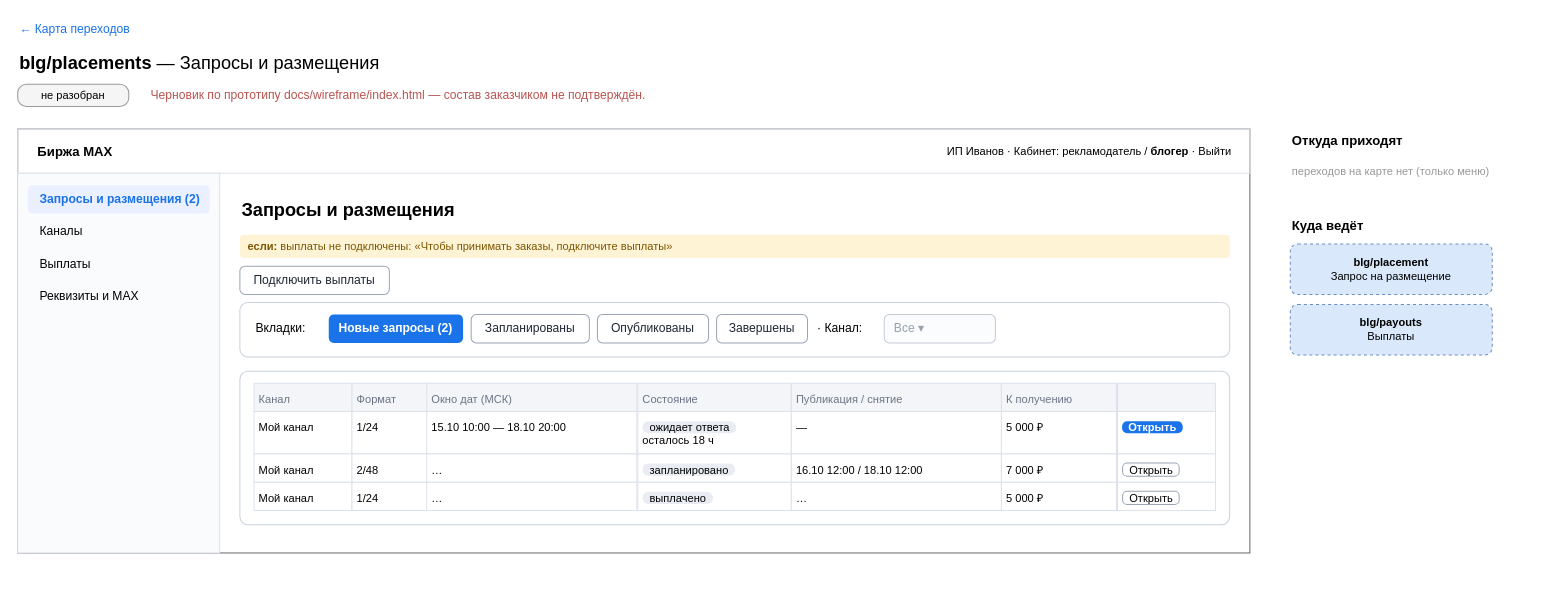
Before: page "blg/placements" (16 of 40) of docs/wireframe/screens.drawio in leha-creator/maxim, a draw.io diagram. Source tidied: cells renumbered, new cells numbered last; positions are measured from the earlier drawing's top-left corner, leaving out a move shared by most shapes. Both pictures are drawn from the tidied source at 101%, with x=0, y=0 at pixel (17, 17).
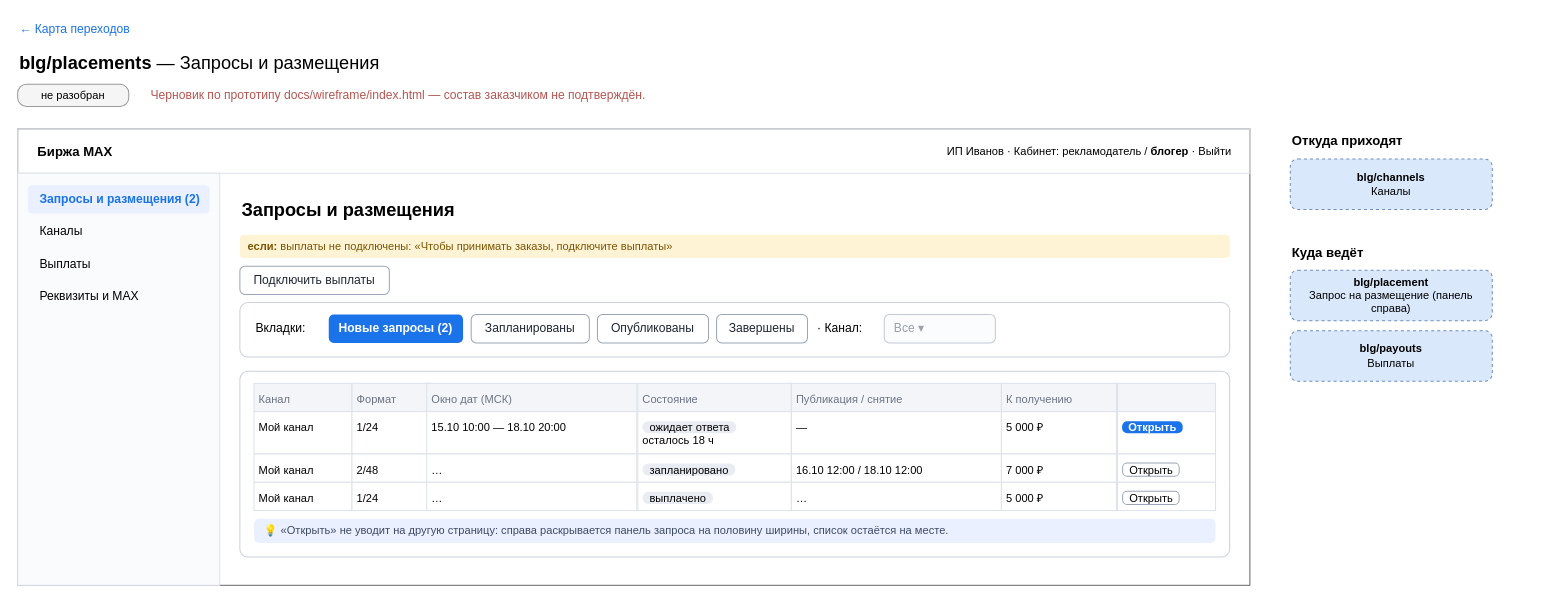
The same diagram, later.

Diff of the diagram source:
```diff
@@
     <mxCell id="6" style="rounded=0;html=1;fillColor=#ffffff;strokeColor=#666666;" parent="1" vertex="1">
-      <mxGeometry y="110" width="1220" height="420" as="geometry" />
+      <mxGeometry y="110" width="1220" height="452" as="geometry" />
     </mxCell>
@@
     <mxCell id="9" style="rounded=0;html=1;fillColor=#fafbfd;strokeColor=#dde2ea;" parent="6" vertex="1">
-      <mxGeometry y="44" width="200" height="376" as="geometry" />
+      <mxGeometry y="44" width="200" height="408" as="geometry" />
     </mxCell>
@@
     <mxCell id="25" style="rounded=1;absoluteArcSize=1;arcSize=16;whiteSpace=wrap;html=1;fillColor=#ffffff;strokeColor=#c9d1dc;" parent="6" vertex="1">
-      <mxGeometry x="220" y="240" width="980" height="152" as="geometry" />
+      <mxGeometry x="220" y="240" width="980" height="184" as="geometry" />
     </mxCell>
@@
+    <mxCell id="60" value="💡 «Открыть» не уводит на другую страницу: справа раскрывается панель запроса на половину ширины, список остаётся на месте." style="rounded=1;absoluteArcSize=1;arcSize=10;whiteSpace=wrap;html=1;align=left;spacingLeft=8;spacingRight=6;fillColor=#eaf0ff;strokeColor=none;fontColor=#3d4a66;fontSize=11;" parent="25" vertex="1">
+      <mxGeometry x="14" y="146" width="952" height="24" as="geometry" />
+    </mxCell>
@@
-    <mxCell id="56" value="переходов на карте нет (только меню)" style="text;html=1;align=left;verticalAlign=middle;whiteSpace=wrap;fontSize=12;fontColor=#999999;fontSize=11;" parent="1" vertex="1">
-      <mxGeometry x="1260" y="140" width="240" height="24" as="geometry" />
-    </mxCell>
+    <mxCell id="61" value="&lt;b&gt;blg/channels&lt;/b&gt;&lt;br&gt;Каналы" style="rounded=1;whiteSpace=wrap;html=1;dashed=1;fillColor=#dae8fc;strokeColor=#6c8ebf;fontSize=11;" parent="1" vertex="1">
+      <mxGeometry x="1260" y="140" width="200" height="50" as="geometry" />
+    </mxCell>
     <mxCell id="57" value="Куда ведёт" style="text;html=1;align=left;verticalAlign=middle;whiteSpace=wrap;fontSize=12;fontStyle=1;fontSize=13;" parent="1" vertex="1">
-      <mxGeometry x="1260" y="194" width="220" height="24" as="geometry" />
+      <mxGeometry x="1260" y="220" width="220" height="24" as="geometry" />
     </mxCell>
-    <mxCell id="58" value="&lt;b&gt;blg/placement&lt;/b&gt;&lt;br&gt;Запрос на размещение" style="rounded=1;whiteSpace=wrap;html=1;dashed=1;fillColor=#dae8fc;strokeColor=#6c8ebf;fontSize=11;" parent="1" vertex="1">
-      <mxGeometry x="1260" y="224" width="200" height="50" as="geometry" />
+    <mxCell id="58" value="&lt;b&gt;blg/placement&lt;/b&gt;&lt;br&gt;Запрос на размещение (панель справа)" style="rounded=1;whiteSpace=wrap;html=1;dashed=1;fillColor=#dae8fc;strokeColor=#6c8ebf;fontSize=11;" parent="1" vertex="1">
+      <mxGeometry x="1260" y="250" width="200" height="50" as="geometry" />
     </mxCell>
     <mxCell id="59" value="&lt;b&gt;blg/payouts&lt;/b&gt;&lt;br&gt;Выплаты" style="rounded=1;whiteSpace=wrap;html=1;dashed=1;fillColor=#dae8fc;strokeColor=#6c8ebf;fontSize=11;" parent="1" vertex="1">
-      <mxGeometry x="1260" y="284" width="200" height="50" as="geometry" />
+      <mxGeometry x="1260" y="310" width="200" height="50" as="geometry" />
     </mxCell>
```
